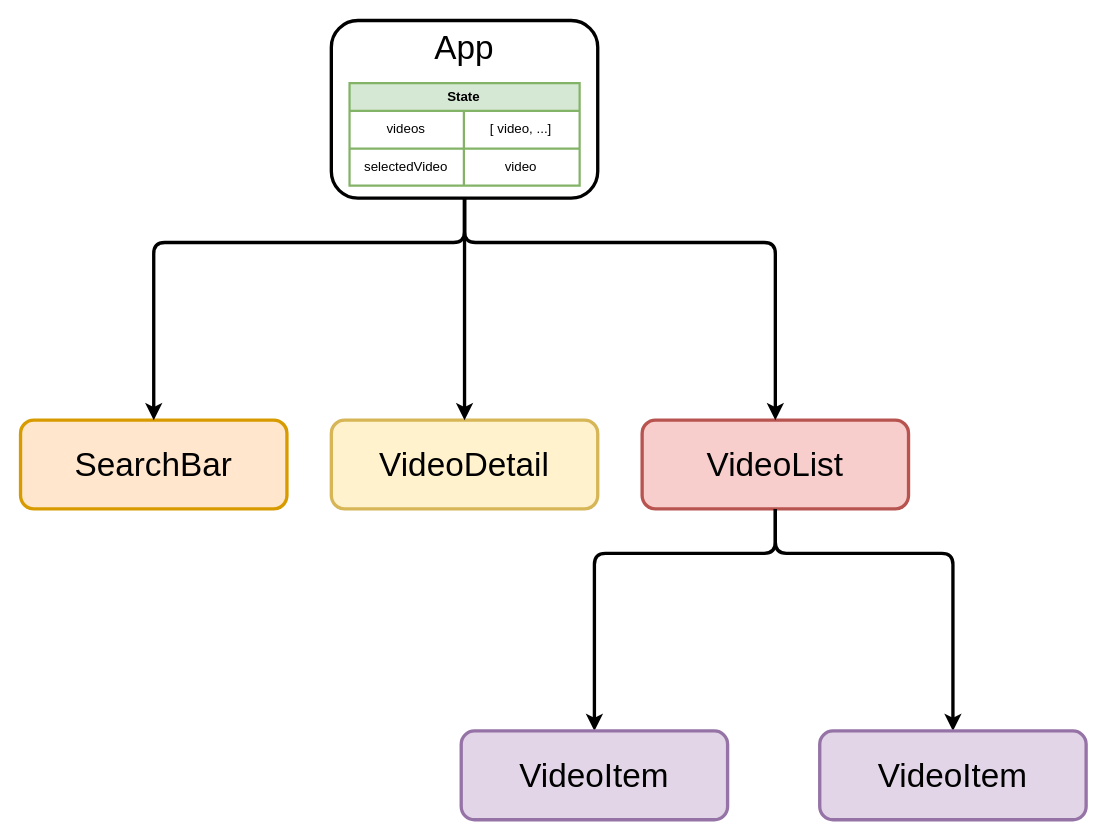
The draw.io diagram page "Components" (1 of 2) of Projects/Videos.drawio in jeesewu/Diagrams-Storage, before the edit. Source tidied: cells renumbered, new cells numbered last; positions are measured from the earlier drawing's top-left corner, leaving out a move shared by most shapes. Both pictures are drawn from the tidied source at 111%, with x=0, y=0 at pixel (20, 20).
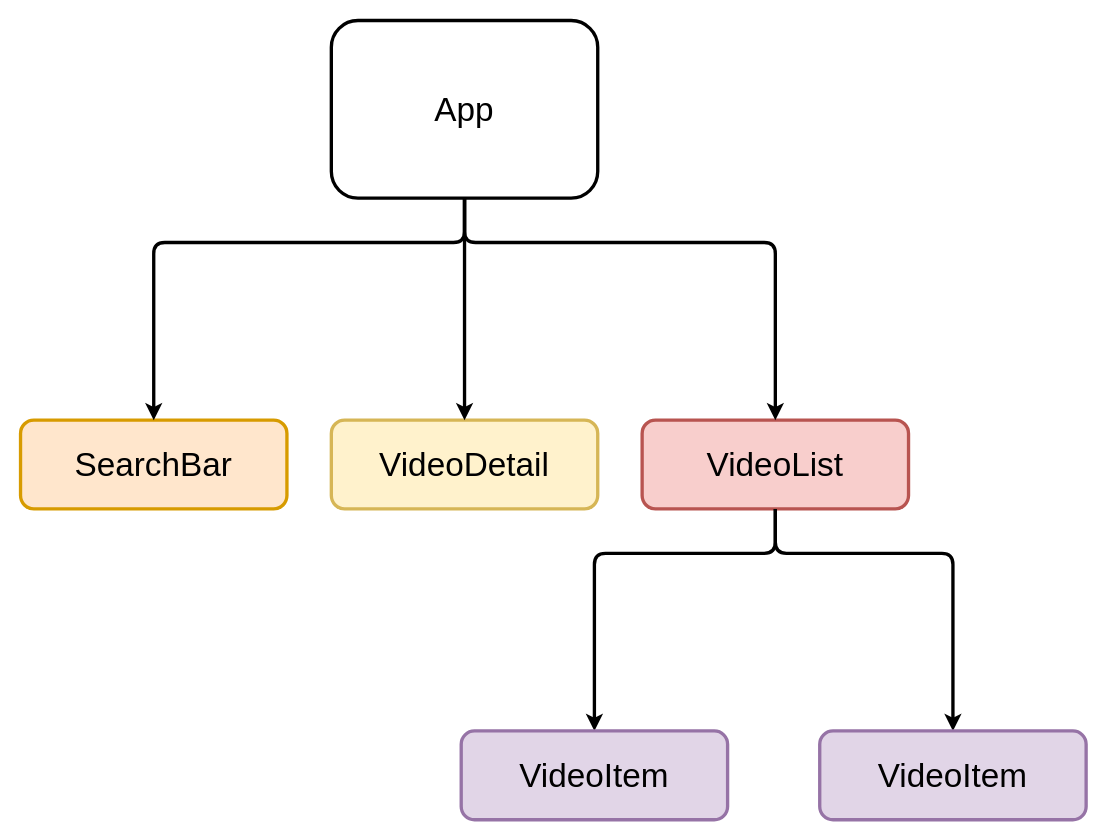
The same page after the edit.

What changed in the source:
```diff
@@
-    <mxCell id="2" style="group;strokeWidth=3;" parent="1" vertex="1">
+    <mxCell id="2" style="group;strokeWidth=3;verticalAlign=middle;" parent="1" vertex="1">
       <mxGeometry x="280" width="240" height="160" as="geometry" />
     </mxCell>
-    <mxCell id="3" value="&lt;font style=&quot;font-size: 30px&quot;&gt;App&lt;/font&gt;" style="rounded=1;whiteSpace=wrap;html=1;verticalAlign=top;strokeWidth=3;" parent="2" vertex="1">
+    <mxCell id="3" value="&lt;font style=&quot;font-size: 30px&quot;&gt;App&lt;/font&gt;" style="rounded=1;whiteSpace=wrap;html=1;verticalAlign=middle;strokeWidth=3;" parent="2" vertex="1">
       <mxGeometry width="240" height="160" as="geometry" />
     </mxCell>
-    <mxCell id="4" value="State" style="shape=table;html=1;whiteSpace=wrap;startSize=25;childLayout=tableLayout;fontStyle=1;align=center;fillColor=#d5e8d4;strokeColor=#82b366;rounded=0;swimlaneFillColor=#ffffff;rowLines=1;strokeWidth=2;" parent="2" vertex="1">
-      <mxGeometry x="16.4" y="56.4" width="207.3" height="92.4" as="geometry" />
-    </mxCell>
-    <mxCell id="5" style="shape=partialRectangle;html=1;whiteSpace=wrap;fillColor=none;top=0;left=0;bottom=0;right=0;rounded=1;" parent="4" vertex="1">
-      <mxGeometry y="25" width="207.3" height="34" as="geometry" />
-    </mxCell>
-    <mxCell id="6" value="videos" style="shape=partialRectangle;html=1;whiteSpace=wrap;fillColor=none;top=0;left=0;bottom=0;right=0;overflow=hidden;rounded=1;" parent="5" vertex="1">
-      <mxGeometry width="103" height="34" as="geometry" />
-    </mxCell>
-    <mxCell id="7" value="[ video, ...]" style="shape=partialRectangle;html=1;whiteSpace=wrap;fillColor=none;top=0;left=0;bottom=0;right=0;overflow=hidden;rounded=1;" parent="5" vertex="1">
-      <mxGeometry x="103" width="104" height="34" as="geometry" />
-    </mxCell>
-    <mxCell id="8" style="shape=partialRectangle;html=1;whiteSpace=wrap;fillColor=none;top=0;left=0;bottom=0;right=0;rounded=1;" parent="4" vertex="1">
-      <mxGeometry y="59" width="207.3" height="33" as="geometry" />
-    </mxCell>
-    <mxCell id="9" value="selectedVideo" style="shape=partialRectangle;html=1;whiteSpace=wrap;fillColor=none;top=0;left=0;bottom=0;right=0;overflow=hidden;rounded=1;" parent="8" vertex="1">
-      <mxGeometry width="103" height="33" as="geometry" />
-    </mxCell>
-    <mxCell id="10" value="video" style="shape=partialRectangle;html=1;whiteSpace=wrap;fillColor=none;top=0;left=0;bottom=0;right=0;overflow=hidden;rounded=1;" parent="8" vertex="1">
-      <mxGeometry x="103" width="104" height="33" as="geometry" />
-    </mxCell>
```
